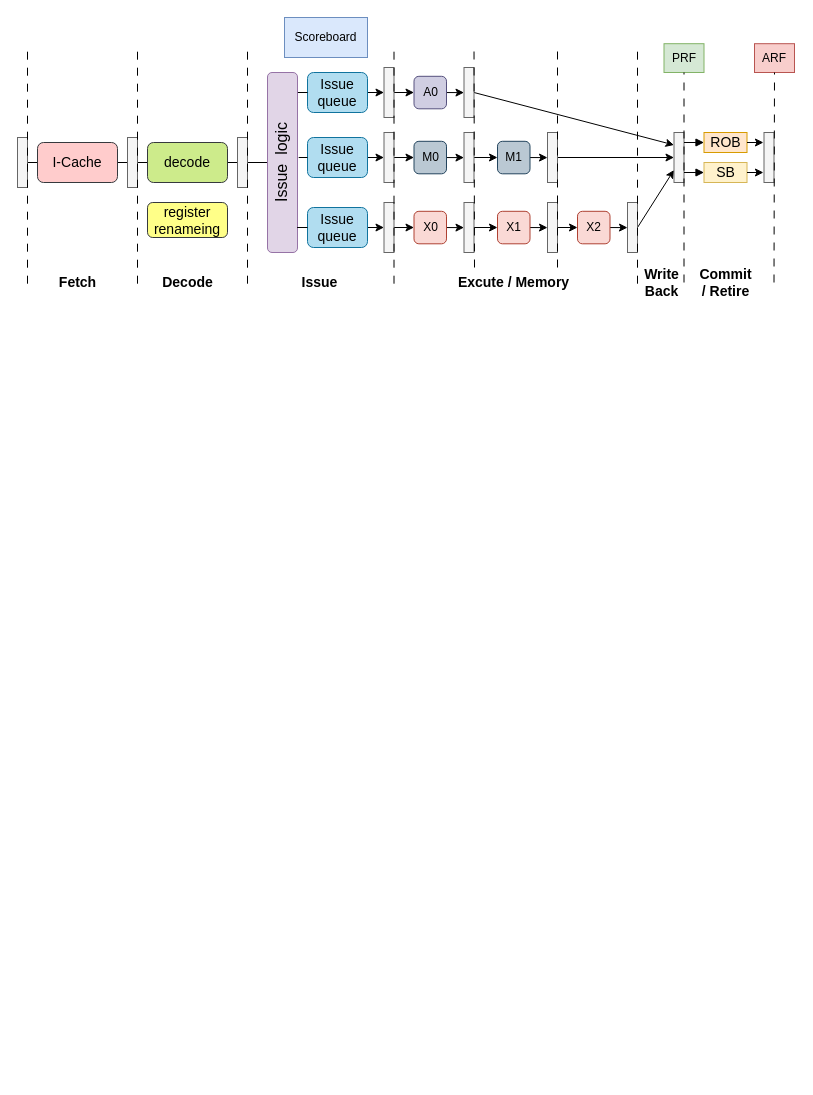
Before: CPU.drawio in f123888/Draw.IO, a draw.io diagram. Source tidied: cells renumbered, new cells numbered last; positions are measured from the earlier drawing's top-left corner, leaving out a move shared by most shapes. Both pictures are drawn from the tidied source at 100%, with x=0, y=0 at pixel (17, 17).
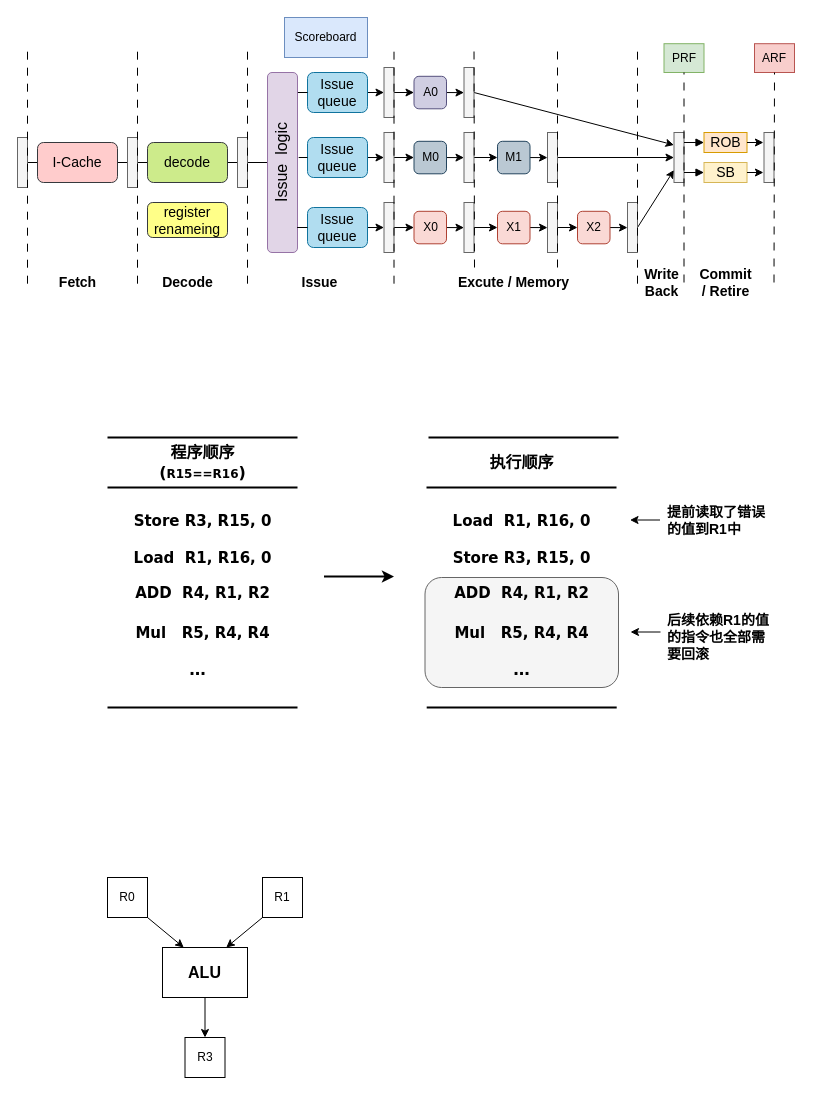
After the change.

The edit, as a diff of the source:
```diff
@@
+    <mxCell id="79" style="rounded=1;whiteSpace=wrap;html=1;fillColor=#f5f5f5;strokeColor=#666666;fontColor=#333333;fontStyle=1;" parent="1" vertex="1">
+      <mxGeometry x="407.5" y="560" width="193.5" height="110" as="geometry" />
+    </mxCell>
@@
+    <mxCell id="80" value="&lt;span&gt;&lt;font face=&quot;Verdana&quot;&gt;程序顺序&lt;/font&gt;&lt;/span&gt;&lt;div&gt;&lt;span&gt;&lt;font face=&quot;Verdana&quot;&gt;(&lt;font style=&quot;font-size: 12px;&quot;&gt;R15==R16&lt;/font&gt;)&lt;/font&gt;&lt;/span&gt;&lt;/div&gt;" style="text;html=1;align=center;verticalAlign=middle;strokeColor=none;fillColor=none;fontSize=16;fontStyle=1;" parent="1" vertex="1">
+      <mxGeometry x="135" y="420" width="100" height="50" as="geometry" />
+    </mxCell>
+    <mxCell id="81" style="endArrow=none;html=1;rounded=0;strokeWidth=2;fontStyle=1;" parent="1" edge="1">
+      <mxGeometry relative="1" as="geometry">
+        <mxPoint x="90" y="470" as="sourcePoint" />
+        <mxPoint x="280" y="470" as="targetPoint" />
+      </mxGeometry>
+    </mxCell>
+    <mxCell id="82" value="&lt;font style=&quot;font-size: 15px;&quot;&gt;&lt;span&gt;Store R3, R15, 0&lt;/span&gt;&lt;/font&gt;" style="text;html=1;align=center;verticalAlign=middle;strokeColor=none;fillColor=none;fontFamily=Verdana;fontStyle=1;" parent="1" vertex="1">
+      <mxGeometry x="110" y="488" width="150" height="30" as="geometry" />
+    </mxCell>
+    <mxCell id="83" value="&lt;font style=&quot;font-size: 15px;&quot;&gt;&lt;span&gt;Load&amp;nbsp; R1, R16, 0&lt;/span&gt;&lt;/font&gt;" style="text;html=1;align=center;verticalAlign=middle;strokeColor=none;fillColor=none;fontFamily=Verdana;fontStyle=1;" parent="1" vertex="1">
+      <mxGeometry x="110" y="525" width="150" height="30" as="geometry" />
+    </mxCell>
+    <mxCell id="84" value="&lt;font style=&quot;font-size: 15px;&quot;&gt;&lt;span&gt;ADD&amp;nbsp; R4, R1, R2&lt;/span&gt;&lt;/font&gt;" style="text;html=1;align=center;verticalAlign=middle;strokeColor=none;fillColor=none;fontFamily=Verdana;fontStyle=1;" parent="1" vertex="1">
+      <mxGeometry x="110" y="560" width="150" height="30" as="geometry" />
+    </mxCell>
+    <mxCell id="85" value="&lt;font style=&quot;font-size: 15px;&quot;&gt;&lt;span&gt;Mul&amp;nbsp; &amp;nbsp;R5, R4, R4&lt;/span&gt;&lt;/font&gt;" style="text;html=1;align=center;verticalAlign=middle;strokeColor=none;fillColor=none;fontFamily=Verdana;fontStyle=1;" parent="1" vertex="1">
+      <mxGeometry x="110" y="600" width="150" height="30" as="geometry" />
+    </mxCell>
+    <mxCell id="86" value="&lt;font style=&quot;font-size: 20px;&quot;&gt;&lt;span style=&quot;&quot;&gt;...&lt;/span&gt;&lt;/font&gt;" style="text;html=1;align=center;verticalAlign=middle;strokeColor=none;fillColor=none;fontStyle=1;" parent="1" vertex="1">
+      <mxGeometry x="160" y="630" width="40" height="40" as="geometry" />
+    </mxCell>
+    <mxCell id="87" value="&lt;span&gt;&lt;font face=&quot;Verdana&quot;&gt;执行顺序&lt;/font&gt;&lt;/span&gt;" style="text;html=1;align=center;verticalAlign=middle;strokeColor=none;fillColor=none;fontSize=16;fontStyle=1;" parent="1" vertex="1">
+      <mxGeometry x="459" y="430" width="90" height="30" as="geometry" />
+    </mxCell>
+    <mxCell id="88" style="endArrow=none;html=1;rounded=0;strokeWidth=2;fontStyle=1;" parent="1" edge="1">
+      <mxGeometry relative="1" as="geometry">
+        <mxPoint x="409" y="470" as="sourcePoint" />
+        <mxPoint x="599" y="470" as="targetPoint" />
+      </mxGeometry>
+    </mxCell>
+    <mxCell id="89" value="&lt;font style=&quot;font-size: 15px;&quot;&gt;&lt;span&gt;Store R3, R15, 0&lt;/span&gt;&lt;/font&gt;" style="text;html=1;align=center;verticalAlign=middle;strokeColor=none;fillColor=none;fontFamily=Verdana;fontStyle=1;" parent="1" vertex="1">
+      <mxGeometry x="429" y="524.5" width="150" height="30" as="geometry" />
+    </mxCell>
+    <mxCell id="90" value="&lt;font style=&quot;font-size: 15px;&quot;&gt;&lt;span&gt;Load&amp;nbsp; R1, R16, 0&lt;/span&gt;&lt;/font&gt;" style="text;html=1;align=center;verticalAlign=middle;strokeColor=none;fillColor=none;fontFamily=Verdana;fontStyle=1;" parent="1" vertex="1">
+      <mxGeometry x="429" y="488" width="150" height="30" as="geometry" />
+    </mxCell>
+    <mxCell id="91" value="&lt;font style=&quot;font-size: 15px;&quot;&gt;&lt;span&gt;ADD&amp;nbsp; R4, R1, R2&lt;/span&gt;&lt;/font&gt;" style="text;html=1;align=center;verticalAlign=middle;strokeColor=none;fillColor=none;fontFamily=Verdana;fontStyle=1;" parent="1" vertex="1">
+      <mxGeometry x="429" y="560" width="150" height="30" as="geometry" />
+    </mxCell>
+    <mxCell id="92" value="&lt;font style=&quot;font-size: 15px;&quot;&gt;&lt;span&gt;Mul&amp;nbsp; &amp;nbsp;R5, R4, R4&lt;/span&gt;&lt;/font&gt;" style="text;html=1;align=center;verticalAlign=middle;strokeColor=none;fillColor=none;fontFamily=Verdana;fontStyle=1;" parent="1" vertex="1">
+      <mxGeometry x="429" y="600" width="150" height="30" as="geometry" />
+    </mxCell>
+    <mxCell id="93" value="&lt;font style=&quot;font-size: 20px;&quot;&gt;&lt;span style=&quot;&quot;&gt;...&lt;/span&gt;&lt;/font&gt;" style="text;html=1;align=center;verticalAlign=middle;strokeColor=none;fillColor=none;fontStyle=1;" parent="1" vertex="1">
+      <mxGeometry x="484" y="630" width="40" height="40" as="geometry" />
+    </mxCell>
+    <mxCell id="94" style="endArrow=classic;html=1;rounded=0;" parent="1" edge="1">
+      <mxGeometry relative="1" as="geometry">
+        <mxPoint x="642.5" y="502.5" as="sourcePoint" />
+        <mxPoint x="612.5" y="502.5" as="targetPoint" />
+      </mxGeometry>
+    </mxCell>
+    <mxCell id="95" value="&lt;font style=&quot;font-size: 14px;&quot;&gt;&lt;b&gt;提前读取了错误&lt;/b&gt;&lt;/font&gt;&lt;div&gt;&lt;font style=&quot;font-size: 14px;&quot;&gt;&lt;b&gt;的值到R1中&lt;/b&gt;&lt;/font&gt;&lt;/div&gt;" style="text;html=1;align=left;verticalAlign=middle;strokeColor=none;fillColor=none;" parent="1" vertex="1">
+      <mxGeometry x="647.5" y="478" width="120" height="50" as="geometry" />
+    </mxCell>
+    <mxCell id="96" style="endArrow=classic;html=1;rounded=0;" parent="1" edge="1">
+      <mxGeometry relative="1" as="geometry">
+        <mxPoint x="643" y="614.5" as="sourcePoint" />
+        <mxPoint x="613" y="614.5" as="targetPoint" />
+      </mxGeometry>
+    </mxCell>
+    <mxCell id="97" value="&lt;span style=&quot;font-size: 14px;&quot;&gt;&lt;b&gt;后续依赖R1的值&lt;br&gt;的指令也全部需&lt;/b&gt;&lt;/span&gt;&lt;div&gt;&lt;span style=&quot;font-size: 14px;&quot;&gt;&lt;b&gt;要回滚&lt;/b&gt;&lt;/span&gt;&lt;/div&gt;" style="text;html=1;align=left;verticalAlign=middle;strokeColor=none;fillColor=none;" parent="1" vertex="1">
+      <mxGeometry x="648" y="590" width="130" height="60" as="geometry" />
+    </mxCell>
+    <mxCell id="98" style="endArrow=classic;html=1;rounded=0;strokeWidth=2;fontStyle=1;" parent="1" edge="1">
+      <mxGeometry relative="1" as="geometry">
+        <mxPoint x="306.5" y="559" as="sourcePoint" />
+        <mxPoint x="376.5" y="559" as="targetPoint" />
+      </mxGeometry>
+    </mxCell>
+    <mxCell id="99" style="endArrow=none;html=1;rounded=0;strokeWidth=2;fontStyle=1;" parent="1" edge="1">
+      <mxGeometry relative="1" as="geometry">
+        <mxPoint x="90" y="420" as="sourcePoint" />
+        <mxPoint x="280" y="420" as="targetPoint" />
+      </mxGeometry>
+    </mxCell>
+    <mxCell id="100" style="endArrow=none;html=1;rounded=0;strokeWidth=2;fontStyle=1;" parent="1" edge="1">
+      <mxGeometry relative="1" as="geometry">
+        <mxPoint x="90" y="690" as="sourcePoint" />
+        <mxPoint x="280" y="690" as="targetPoint" />
+      </mxGeometry>
+    </mxCell>
+    <mxCell id="101" style="endArrow=none;html=1;rounded=0;strokeWidth=2;fontStyle=1;" parent="1" edge="1">
+      <mxGeometry relative="1" as="geometry">
+        <mxPoint x="409.2" y="690" as="sourcePoint" />
+        <mxPoint x="599.2" y="690" as="targetPoint" />
+      </mxGeometry>
+    </mxCell>
+    <mxCell id="102" style="endArrow=none;html=1;rounded=0;strokeWidth=2;fontStyle=1;" parent="1" edge="1">
+      <mxGeometry relative="1" as="geometry">
+        <mxPoint x="411" y="420" as="sourcePoint" />
+        <mxPoint x="601" y="420" as="targetPoint" />
+      </mxGeometry>
+    </mxCell>
+    <mxCell id="103" value="R0" style="whiteSpace=wrap;html=1;" parent="1" vertex="1">
+      <mxGeometry x="90" y="860" width="40" height="40" as="geometry" />
+    </mxCell>
+    <mxCell id="104" style="rounded=0;jettySize=auto;html=1;exitX=0;exitY=1;exitDx=0;exitDy=0;entryX=0.75;entryY=0;entryDx=0;entryDy=0;" parent="1" edge="1" source="105" target="107">
+      <mxGeometry relative="1" as="geometry" />
+    </mxCell>
+    <mxCell id="105" value="R1" style="whiteSpace=wrap;html=1;" parent="1" vertex="1">
+      <mxGeometry x="245" y="860" width="40" height="40" as="geometry" />
+    </mxCell>
+    <mxCell id="106" style="edgeStyle=orthogonalEdgeStyle;rounded=0;jettySize=auto;html=1;exitX=0.5;exitY=1;exitDx=0;exitDy=0;entryX=0.5;entryY=0;entryDx=0;entryDy=0;" parent="1" edge="1" source="107" target="108">
+      <mxGeometry relative="1" as="geometry" />
+    </mxCell>
+    <mxCell id="107" value="&lt;font style=&quot;font-size: 16px;&quot;&gt;&lt;b&gt;ALU&lt;/b&gt;&lt;/font&gt;" style="rounded=0;whiteSpace=wrap;html=1;" parent="1" vertex="1">
+      <mxGeometry x="145" y="930" width="85" height="50" as="geometry" />
+    </mxCell>
+    <mxCell id="108" value="R3" style="whiteSpace=wrap;html=1;" parent="1" vertex="1">
+      <mxGeometry x="167.5" y="1020" width="40" height="40" as="geometry" />
+    </mxCell>
+    <mxCell id="109" style="endArrow=classic;html=1;rounded=0;entryX=0.25;entryY=0;entryDx=0;entryDy=0;exitX=1;exitY=1;exitDx=0;exitDy=0;" parent="1" edge="1" source="103" target="107">
+      <mxGeometry relative="1" as="geometry" />
+    </mxCell>
```
